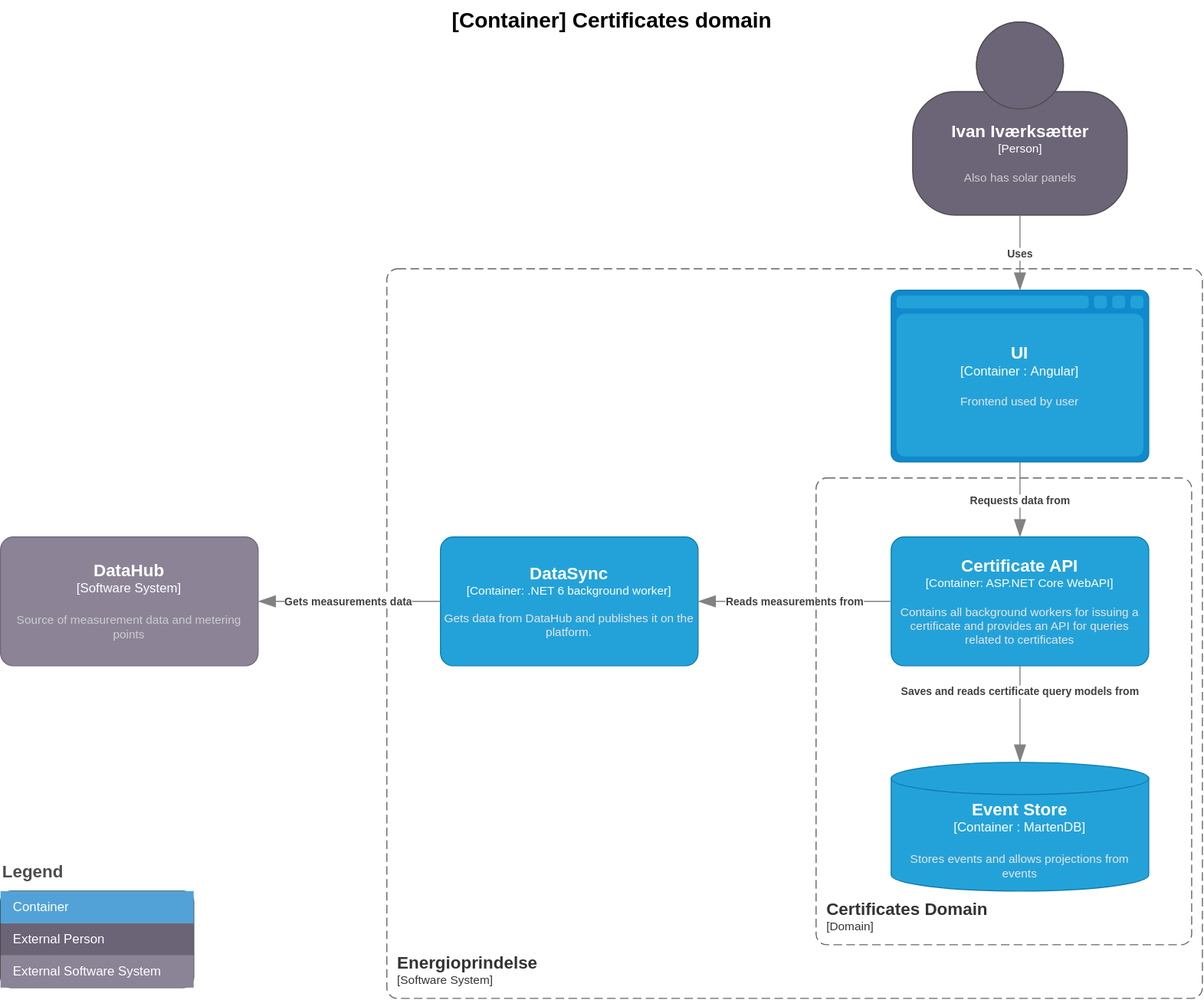
Earlier version of the draw.io export doc/architecture/diagrams/certificates.current.container.drawio.svg (Energinet-DataHub/energy-origin). Source tidied: cells renumbered, new cells last; positions are measured from the earlier drawing's top-left corner, leaving out a move shared by most shapes.
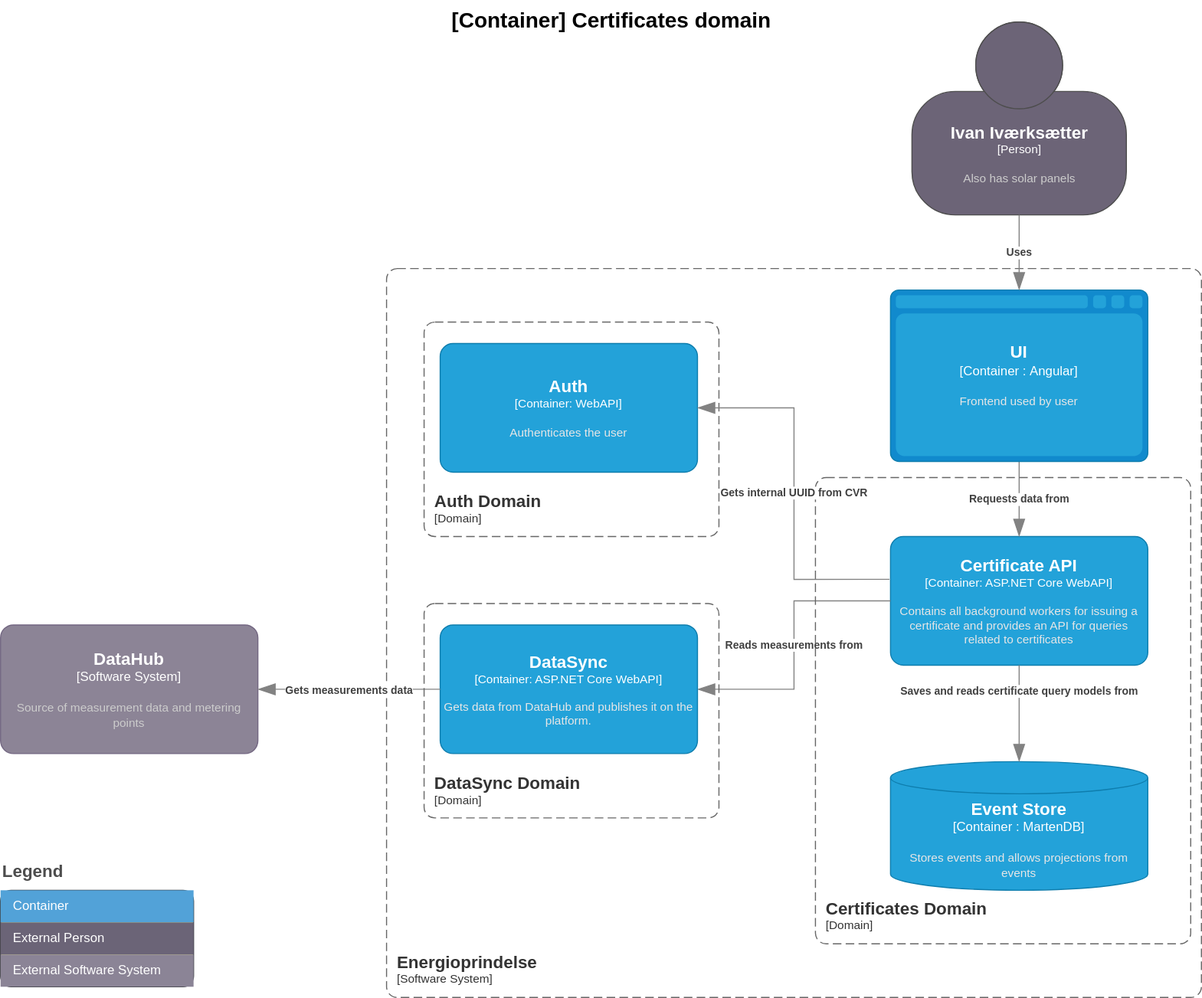
Later version of the same file.

Commit message:
update certs: add auth service

Change to the diagram source:
```diff
@@ -34,7 +34,7 @@
     </object>
     <object id="8" label="&lt;font style=&quot;font-size: 16px&quot;&gt;&lt;b&gt;%c4Name%&lt;/b&gt;&lt;/font&gt;&lt;div&gt;[%c4Type%]&lt;/div&gt;&lt;br&gt;&lt;div&gt;&lt;font style=&quot;font-size: 11px&quot;&gt;&lt;font color=&quot;#cccccc&quot;&gt;%c4Description%&lt;/font&gt;&lt;/div&gt;" c4Description="Source of measurement data and metering points" c4Name="DataHub" c4Type="Software System" placeholders="1">
       <mxCell style="rounded=1;whiteSpace=wrap;html=1;labelBackgroundColor=none;fillColor=#8C8496;fontColor=#ffffff;align=center;arcSize=10;strokeColor=#736782;points=[[0.25,0,0],[0.5,0,0],[0.75,0,0],[1,0.25,0],[1,0.5,0],[1,0.75,0],[0.75,1,0],[0.5,1,0],[0.25,1,0],[0,0.75,0],[0,0.5,0],[0,0.25,0]];" parent="1" vertex="1">
-        <mxGeometry y="500" width="240" height="120" as="geometry" />
+        <mxGeometry y="582.5" width="240" height="120" as="geometry" />
       </mxCell>
     </object>
     <object id="9" label="&lt;font style=&quot;font-size: 16px&quot;&gt;&lt;b&gt;%c4Name%&lt;/b&gt;&lt;/font&gt;&lt;div&gt;[%c4Type%]&lt;/div&gt;&lt;br&gt;&lt;div&gt;&lt;font style=&quot;font-size: 11px&quot;&gt;&lt;font color=&quot;#cccccc&quot;&gt;%c4Description%&lt;/font&gt;&lt;/div&gt;" c4Description="Also has solar panels" c4Name="Ivan Iværksætter" c4Type="Person" placeholders="1">
@@ -52,9 +52,9 @@
         <mxGeometry x="370" width="400" height="40" as="geometry" />
       </mxCell>
     </object>
-    <object id="12" label="&lt;font style=&quot;font-size: 16px&quot;&gt;&lt;b&gt;%c4Name%&lt;/b&gt;&lt;/font&gt;&lt;div&gt;[%c4Type%: %c4Technology%]&lt;/div&gt;&lt;br&gt;&lt;div&gt;&lt;font style=&quot;font-size: 11px&quot;&gt;&lt;font color=&quot;#E6E6E6&quot;&gt;%c4Description%&lt;/font&gt;&lt;/div&gt;" c4Description="Gets data from DataHub and publishes it on the platform." c4Name="DataSync" c4Technology=".NET 6 background worker" c4Type="Container" placeholders="1">
+    <object id="12" label="&lt;font style=&quot;font-size: 16px&quot;&gt;&lt;b&gt;%c4Name%&lt;/b&gt;&lt;/font&gt;&lt;div&gt;[%c4Type%: %c4Technology%]&lt;/div&gt;&lt;br&gt;&lt;div&gt;&lt;font style=&quot;font-size: 11px&quot;&gt;&lt;font color=&quot;#E6E6E6&quot;&gt;%c4Description%&lt;/font&gt;&lt;/div&gt;" c4Description="Gets data from DataHub and publishes it on the platform." c4Name="DataSync" c4Technology="ASP.NET Core WebAPI" c4Type="Container" placeholders="1">
       <mxCell style="rounded=1;whiteSpace=wrap;html=1;fontSize=11;labelBackgroundColor=none;fillColor=#23A2D9;fontColor=#ffffff;align=center;arcSize=10;strokeColor=#0E7DAD;points=[[0.25,0,0],[0.5,0,0],[0.75,0,0],[1,0.25,0],[1,0.5,0],[1,0.75,0],[0.75,1,0],[0.5,1,0],[0.25,1,0],[0,0.75,0],[0,0.5,0],[0,0.25,0]];" parent="1" vertex="1">
-        <mxGeometry x="410" y="500" width="240" height="120" as="geometry" />
+        <mxGeometry x="410" y="582.5" width="240" height="120" as="geometry" />
       </mxCell>
     </object>
     <object id="13" label="&lt;div style=&quot;text-align: left&quot;&gt;&lt;div style=&quot;text-align: center&quot;&gt;&lt;b&gt;%c4Description%&lt;/b&gt;&lt;/div&gt;" c4Description="Gets measurements data" c4Type="Relationship" placeholders="1">
@@ -87,5 +87,25 @@
         <mxGeometry relative="1" as="geometry" />
       </mxCell>
     </object>
+    <object id="21" label="&lt;font style=&quot;font-size: 16px&quot;&gt;&lt;b&gt;&lt;div style=&quot;text-align: left&quot;&gt;%c4Name%&lt;/div&gt;&lt;/b&gt;&lt;/font&gt;&lt;div style=&quot;text-align: left&quot;&gt;[%c4Application%]&lt;/div&gt;" c4Application="Domain" c4Name="DataSync Domain" c4Type="SystemScopeBoundary" placeholders="1">
+      <mxCell style="rounded=1;fontSize=11;whiteSpace=wrap;html=1;dashed=1;arcSize=20;fillColor=none;strokeColor=#666666;fontColor=#333333;labelBackgroundColor=none;align=left;verticalAlign=bottom;labelBorderColor=none;spacingTop=0;spacing=10;dashPattern=8 4;perimeter=rectanglePerimeter;noLabel=0;labelPadding=0;absoluteArcSize=1;" parent="1" vertex="1">
+        <mxGeometry x="395" y="562.5" width="275" height="200" as="geometry" />
+      </mxCell>
+    </object>
+    <object id="22" label="&lt;font style=&quot;font-size: 16px&quot;&gt;&lt;b&gt;%c4Name%&lt;/b&gt;&lt;/font&gt;&lt;div&gt;[%c4Type%: %c4Technology%]&lt;/div&gt;&lt;br&gt;&lt;div&gt;&lt;font style=&quot;font-size: 11px&quot;&gt;&lt;font color=&quot;#E6E6E6&quot;&gt;%c4Description%&lt;/font&gt;&lt;/div&gt;" c4Description="Authenticates the user" c4Name="Auth" c4Technology="WebAPI" c4Type="Container" placeholders="1">
+      <mxCell style="rounded=1;whiteSpace=wrap;html=1;fontSize=11;labelBackgroundColor=none;fillColor=#23A2D9;fontColor=#ffffff;align=center;arcSize=10;strokeColor=#0E7DAD;points=[[0.25,0,0],[0.5,0,0],[0.75,0,0],[1,0.25,0],[1,0.5,0],[1,0.75,0],[0.75,1,0],[0.5,1,0],[0.25,1,0],[0,0.75,0],[0,0.5,0],[0,0.25,0]];" parent="1" vertex="1">
+        <mxGeometry x="410" y="320" width="240" height="120" as="geometry" />
+      </mxCell>
+    </object>
+    <object id="23" label="&lt;font style=&quot;font-size: 16px&quot;&gt;&lt;b&gt;&lt;div style=&quot;text-align: left&quot;&gt;%c4Name%&lt;/div&gt;&lt;/b&gt;&lt;/font&gt;&lt;div style=&quot;text-align: left&quot;&gt;[%c4Application%]&lt;/div&gt;" c4Application="Domain" c4Name="Auth Domain" c4Type="SystemScopeBoundary" placeholders="1">
+      <mxCell style="rounded=1;fontSize=11;whiteSpace=wrap;html=1;dashed=1;arcSize=20;fillColor=none;strokeColor=#666666;fontColor=#333333;labelBackgroundColor=none;align=left;verticalAlign=bottom;labelBorderColor=none;spacingTop=0;spacing=10;dashPattern=8 4;perimeter=rectanglePerimeter;noLabel=0;labelPadding=0;absoluteArcSize=1;" parent="1" vertex="1">
+        <mxGeometry x="395" y="300" width="275" height="200" as="geometry" />
+      </mxCell>
+    </object>
+    <object id="24" label="&lt;div style=&quot;text-align: left&quot;&gt;&lt;div style=&quot;text-align: center&quot;&gt;&lt;b&gt;%c4Description%&lt;/b&gt;&lt;/div&gt;" c4Description="Gets internal UUID from CVR" c4Type="Relationship" placeholders="1">
+      <mxCell style="endArrow=blockThin;html=1;fontSize=10;fontColor=#404040;strokeWidth=1;endFill=1;strokeColor=#828282;elbow=vertical;endSize=14;startSize=14;jumpStyle=arc;jumpSize=16;rounded=0;edgeStyle=orthogonalEdgeStyle;exitX=-0.004;exitY=0.333;exitDx=0;exitDy=0;exitPerimeter=0;entryX=1;entryY=0.5;entryDx=0;entryDy=0;entryPerimeter=0;" parent="1" edge="1" source="3" target="22">
+        <mxGeometry relative="1" as="geometry" />
+      </mxCell>
+    </object>
   </root>
 </mxGraphModel>
```
